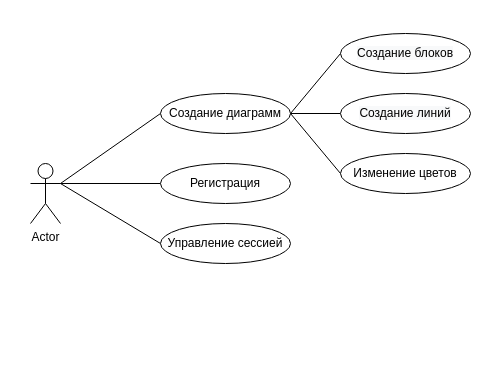
LDK28/BMSTU-IU7 keeps this draw.io diagram as 6 семестр/Проектирование программного обеспечения/Лабораторная работа 1/Use-Case Диаграмма.drawio. Above is the earlier version. Source tidied: cells renumbered, new cells numbered last; positions are measured from the earlier drawing's top-left corner, leaving out a move shared by most shapes. Both pictures are drawn from the tidied source at 100%, with x=0, y=0 at pixel (30, 33).
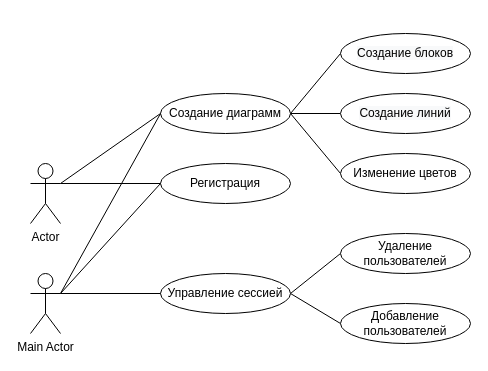
The same page after the edit.

Unchanged cells that the change refers to:
```xml
<mxCell id="4" value="Actor" style="shape=umlActor;verticalLabelPosition=bottom;verticalAlign=top;html=1;outlineConnect=0;" parent="1" vertex="1">
  <mxGeometry y="130" width="30" height="60" as="geometry" />
</mxCell>
<mxCell id="7" value="Создание диаграмм" style="ellipse;whiteSpace=wrap;html=1;" parent="1" vertex="1">
  <mxGeometry x="130" y="60" width="130" height="40" as="geometry" />
</mxCell>
<mxCell id="9" value="Регистрация" style="ellipse;whiteSpace=wrap;html=1;" parent="1" vertex="1">
  <mxGeometry x="130" y="130" width="130" height="40" as="geometry" />
</mxCell>
```

The edit, as a diff of the source:
```diff
@@
-    <mxCell id="10" style="edgeStyle=none;rounded=0;jettySize=auto;html=1;exitX=0;exitY=0.5;exitDx=0;exitDy=0;entryX=1;entryY=0.3333333333333333;entryDx=0;entryDy=0;entryPerimeter=0;endArrow=none;endFill=0;" parent="1" edge="1" source="11" target="4">
-      <mxGeometry relative="1" as="geometry" />
-    </mxCell>
+    <mxCell id="15" style="edgeStyle=none;rounded=0;jettySize=auto;html=1;exitX=1;exitY=0.5;exitDx=0;exitDy=0;entryX=0;entryY=0.5;entryDx=0;entryDy=0;endArrow=none;endFill=0;" parent="1" edge="1" source="11" target="21">
+      <mxGeometry relative="1" as="geometry" />
+    </mxCell>
+    <mxCell id="16" style="edgeStyle=none;rounded=0;jettySize=auto;html=1;exitX=1;exitY=0.5;exitDx=0;exitDy=0;entryX=0;entryY=0.5;entryDx=0;entryDy=0;endArrow=none;endFill=0;" parent="1" edge="1" source="11" target="22">
+      <mxGeometry relative="1" as="geometry" />
+    </mxCell>
     <mxCell id="11" value="Управление сессией" style="ellipse;whiteSpace=wrap;html=1;" parent="1" vertex="1">
-      <mxGeometry x="130" y="190" width="130" height="40" as="geometry" />
+      <mxGeometry x="130" y="240" width="130" height="40" as="geometry" />
     </mxCell>
@@
+    <mxCell id="17" style="rounded=0;jettySize=auto;html=1;exitX=1;exitY=0.3333333333333333;exitDx=0;exitDy=0;exitPerimeter=0;entryX=0;entryY=0.5;entryDx=0;entryDy=0;endArrow=none;endFill=0;" parent="1" edge="1" source="20" target="7">
+      <mxGeometry relative="1" as="geometry" />
+    </mxCell>
+    <mxCell id="18" style="edgeStyle=none;rounded=0;jettySize=auto;html=1;exitX=1;exitY=0.3333333333333333;exitDx=0;exitDy=0;exitPerimeter=0;entryX=0;entryY=0.5;entryDx=0;entryDy=0;endArrow=none;endFill=0;" parent="1" edge="1" source="20" target="9">
+      <mxGeometry relative="1" as="geometry" />
+    </mxCell>
+    <mxCell id="19" style="edgeStyle=none;rounded=0;jettySize=auto;html=1;exitX=1;exitY=0.3333333333333333;exitDx=0;exitDy=0;exitPerimeter=0;entryX=0;entryY=0.5;entryDx=0;entryDy=0;endArrow=none;endFill=0;" parent="1" edge="1" source="20" target="11">
+      <mxGeometry relative="1" as="geometry" />
+    </mxCell>
+    <mxCell id="20" value="Main Actor&lt;br&gt;" style="shape=umlActor;verticalLabelPosition=bottom;verticalAlign=top;html=1;outlineConnect=0;" parent="1" vertex="1">
+      <mxGeometry y="240" width="30" height="60" as="geometry" />
+    </mxCell>
+    <mxCell id="21" value="Удаление пользователей" style="ellipse;whiteSpace=wrap;html=1;" parent="1" vertex="1">
+      <mxGeometry x="310" y="200" width="130" height="40" as="geometry" />
+    </mxCell>
+    <mxCell id="22" value="Добавление пользователей" style="ellipse;whiteSpace=wrap;html=1;" parent="1" vertex="1">
+      <mxGeometry x="310" y="270" width="130" height="40" as="geometry" />
+    </mxCell>
```
